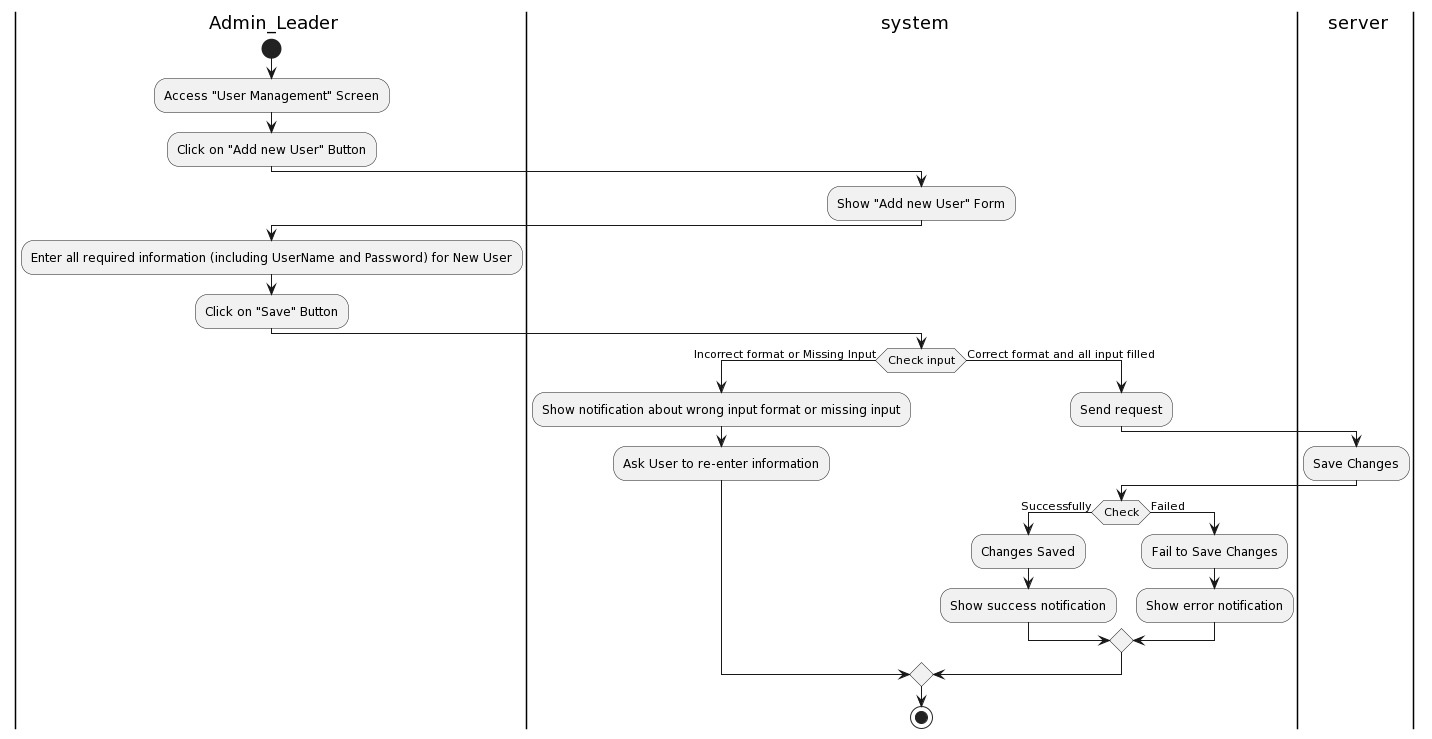
This is Lab1/Lab1.2/Activity Diagram/SystemManagement/UserManagement/AddnewUser/AddnewUser.png from khoapham1003/SE357-Pratice-class, a PlantUML export, as it was before one commit. Source of this version:
```plantuml
@startuml
|a| Admin_Leader
|sys| system
|ser| server
|a|
start
:Access "User Management" Screen;

:Click on "Add new User" Button;
|sys|
:Show "Add new User" Form;
|a|
:Enter all required information (including UserName and Password) for New User;
:Click on "Save" Button;
|sys|
if (Check input) then (Incorrect format or Missing Input)
:Show notification about wrong input format or missing input;
:Ask User to re-enter information;
else (Correct format and all input filled)
|sys|
:Send request;
|ser|
:Save Changes;
|sys|
if(Check) then (Successfully)
:Changes Saved;
:Show success notification;
else (Failed)
:Fail to Save Changes;
:Show error notification;
endif
endif
stop
@enduml
```
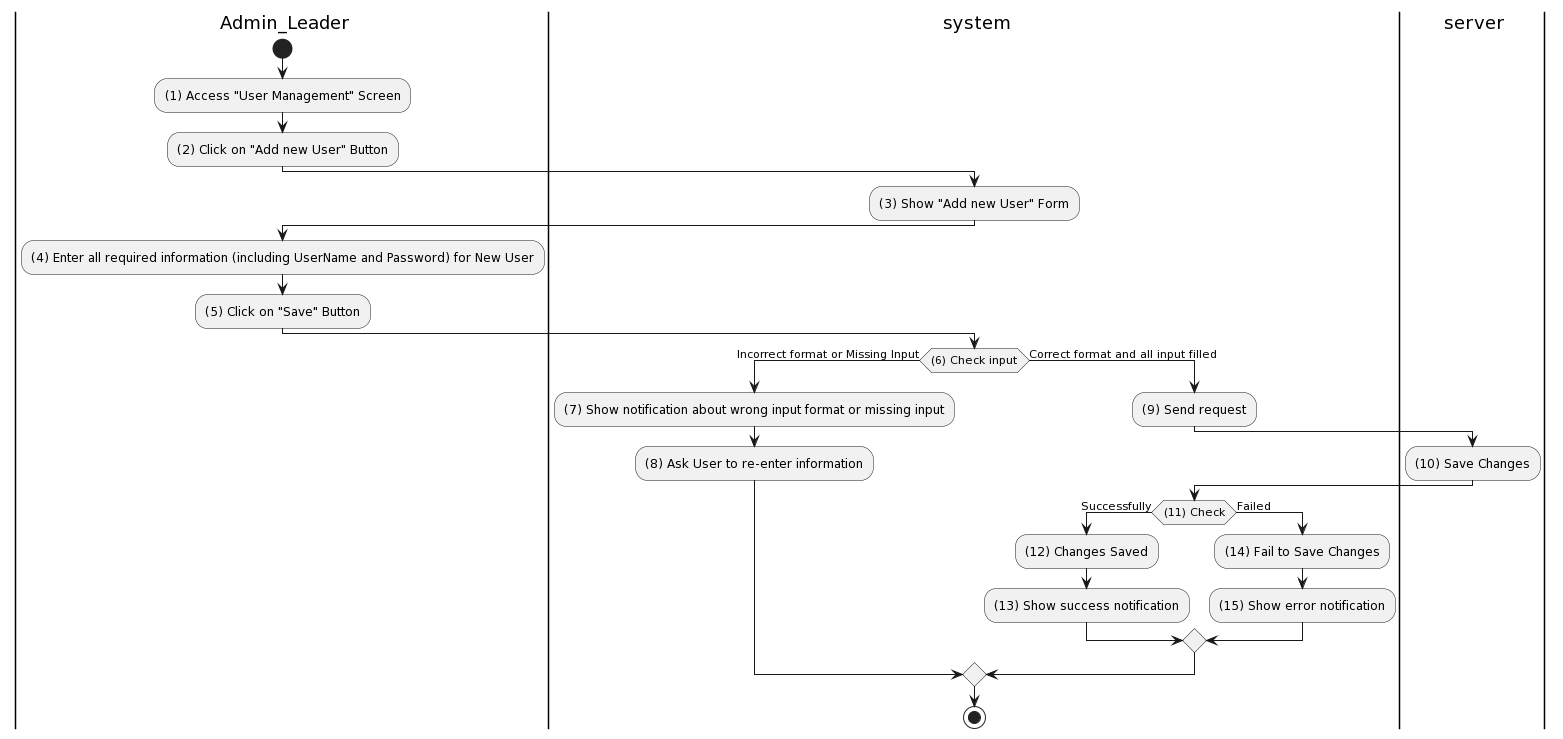
After the commit.

What changed in the source:
```diff
@@ -4,30 +4,29 @@
 |ser| server
 |a|
 start
-:Access "User Management" Screen;
-
-:Click on "Add new User" Button;
+:(1) Access "User Management" Screen;
+:(2) Click on "Add new User" Button;
 |sys|
-:Show "Add new User" Form;
+:(3) Show "Add new User" Form;
 |a|
-:Enter all required information (including UserName and Password) for New User;
-:Click on "Save" Button;
+:(4) Enter all required information (including UserName and Password) for New User;
+:(5) Click on "Save" Button;
 |sys|
-if (Check input) then (Incorrect format or Missing Input)
-:Show notification about wrong input format or missing input;
-:Ask User to re-enter information;
+if ((6) Check input) then (Incorrect format or Missing Input)
+:(7) Show notification about wrong input format or missing input;
+:(8) Ask User to re-enter information;
 else (Correct format and all input filled)
 |sys|
-:Send request;
+:(9) Send request;
 |ser|
-:Save Changes;
+:(10) Save Changes;
 |sys|
-if(Check) then (Successfully)
-:Changes Saved;
-:Show success notification;
+if((11) Check) then (Successfully)
+:(12) Changes Saved;
+:(13) Show success notification;
 else (Failed)
-:Fail to Save Changes;
-:Show error notification;
+:(14) Fail to Save Changes;
+:(15) Show error notification;
 endif
 endif
 stop
```
